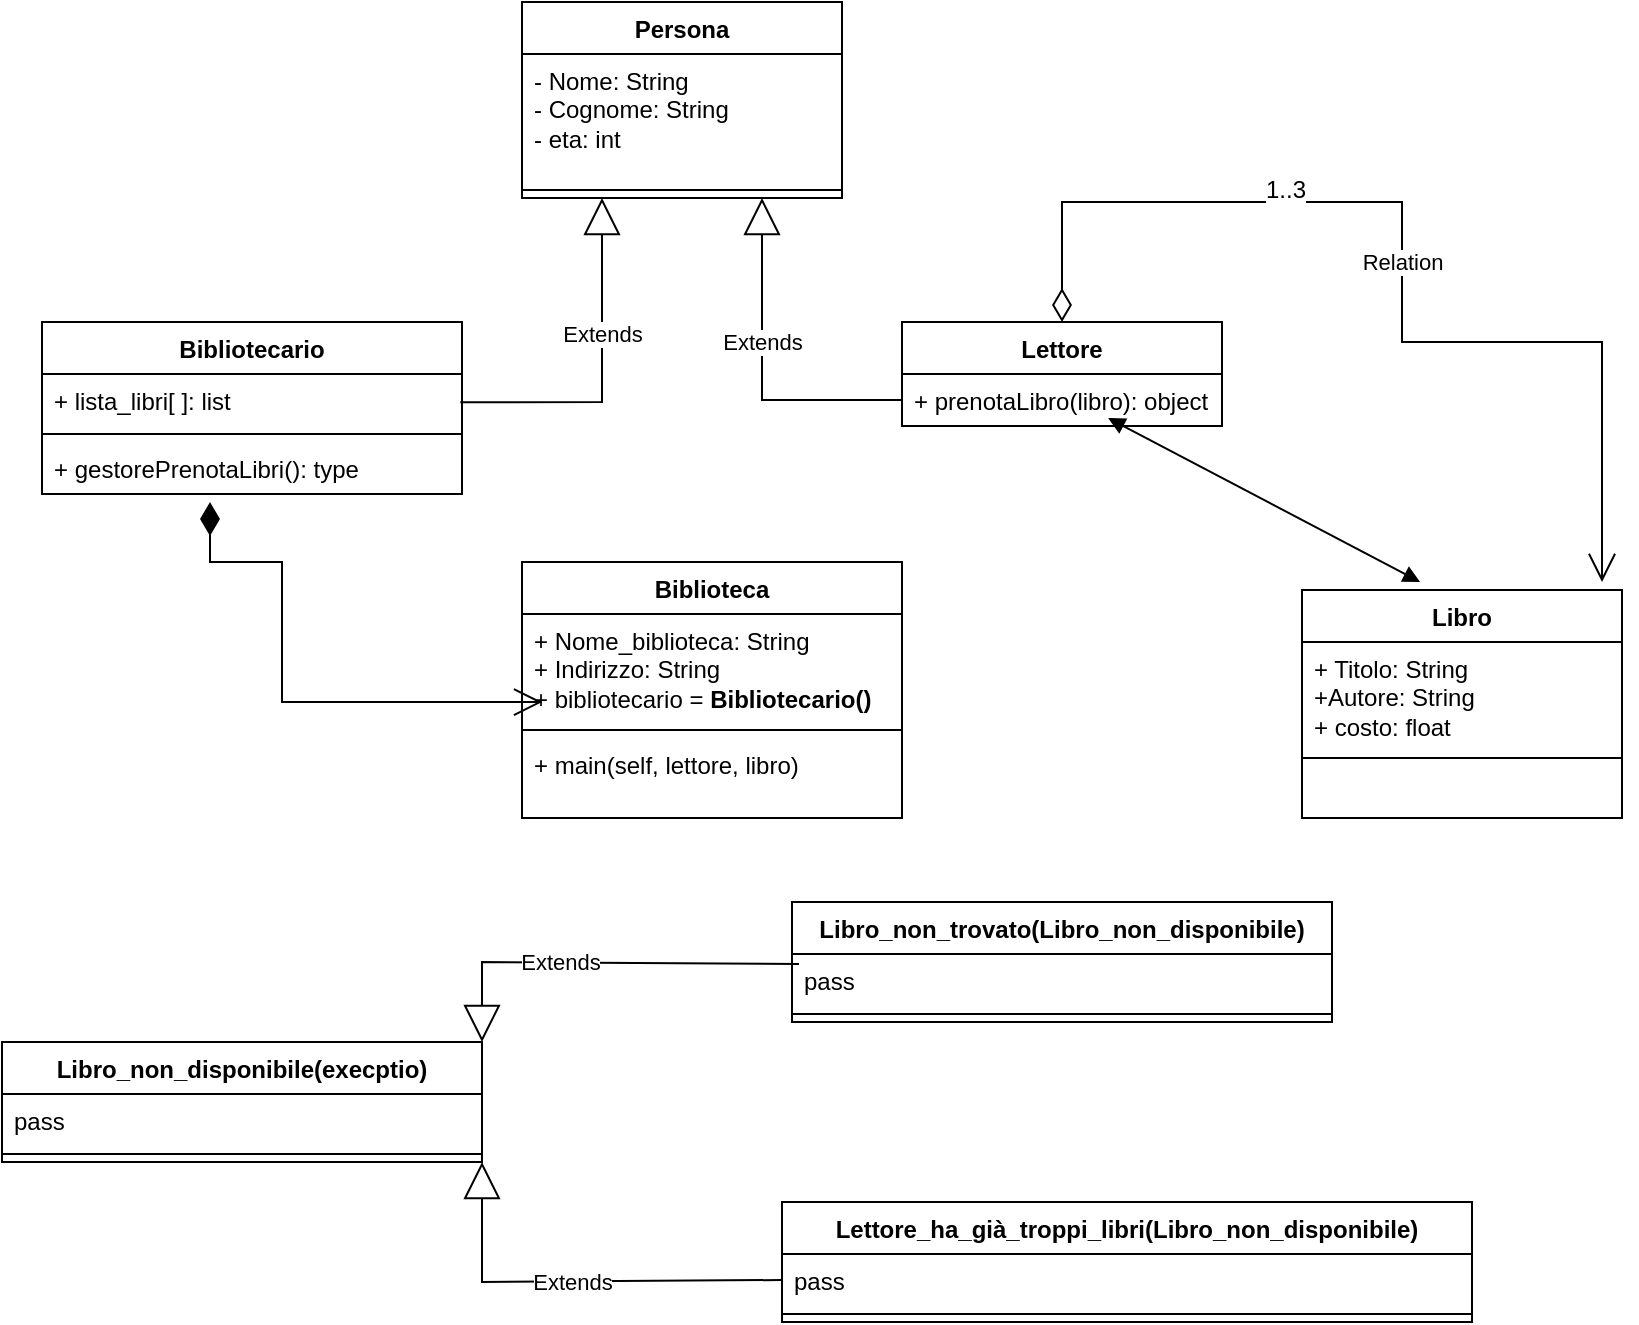
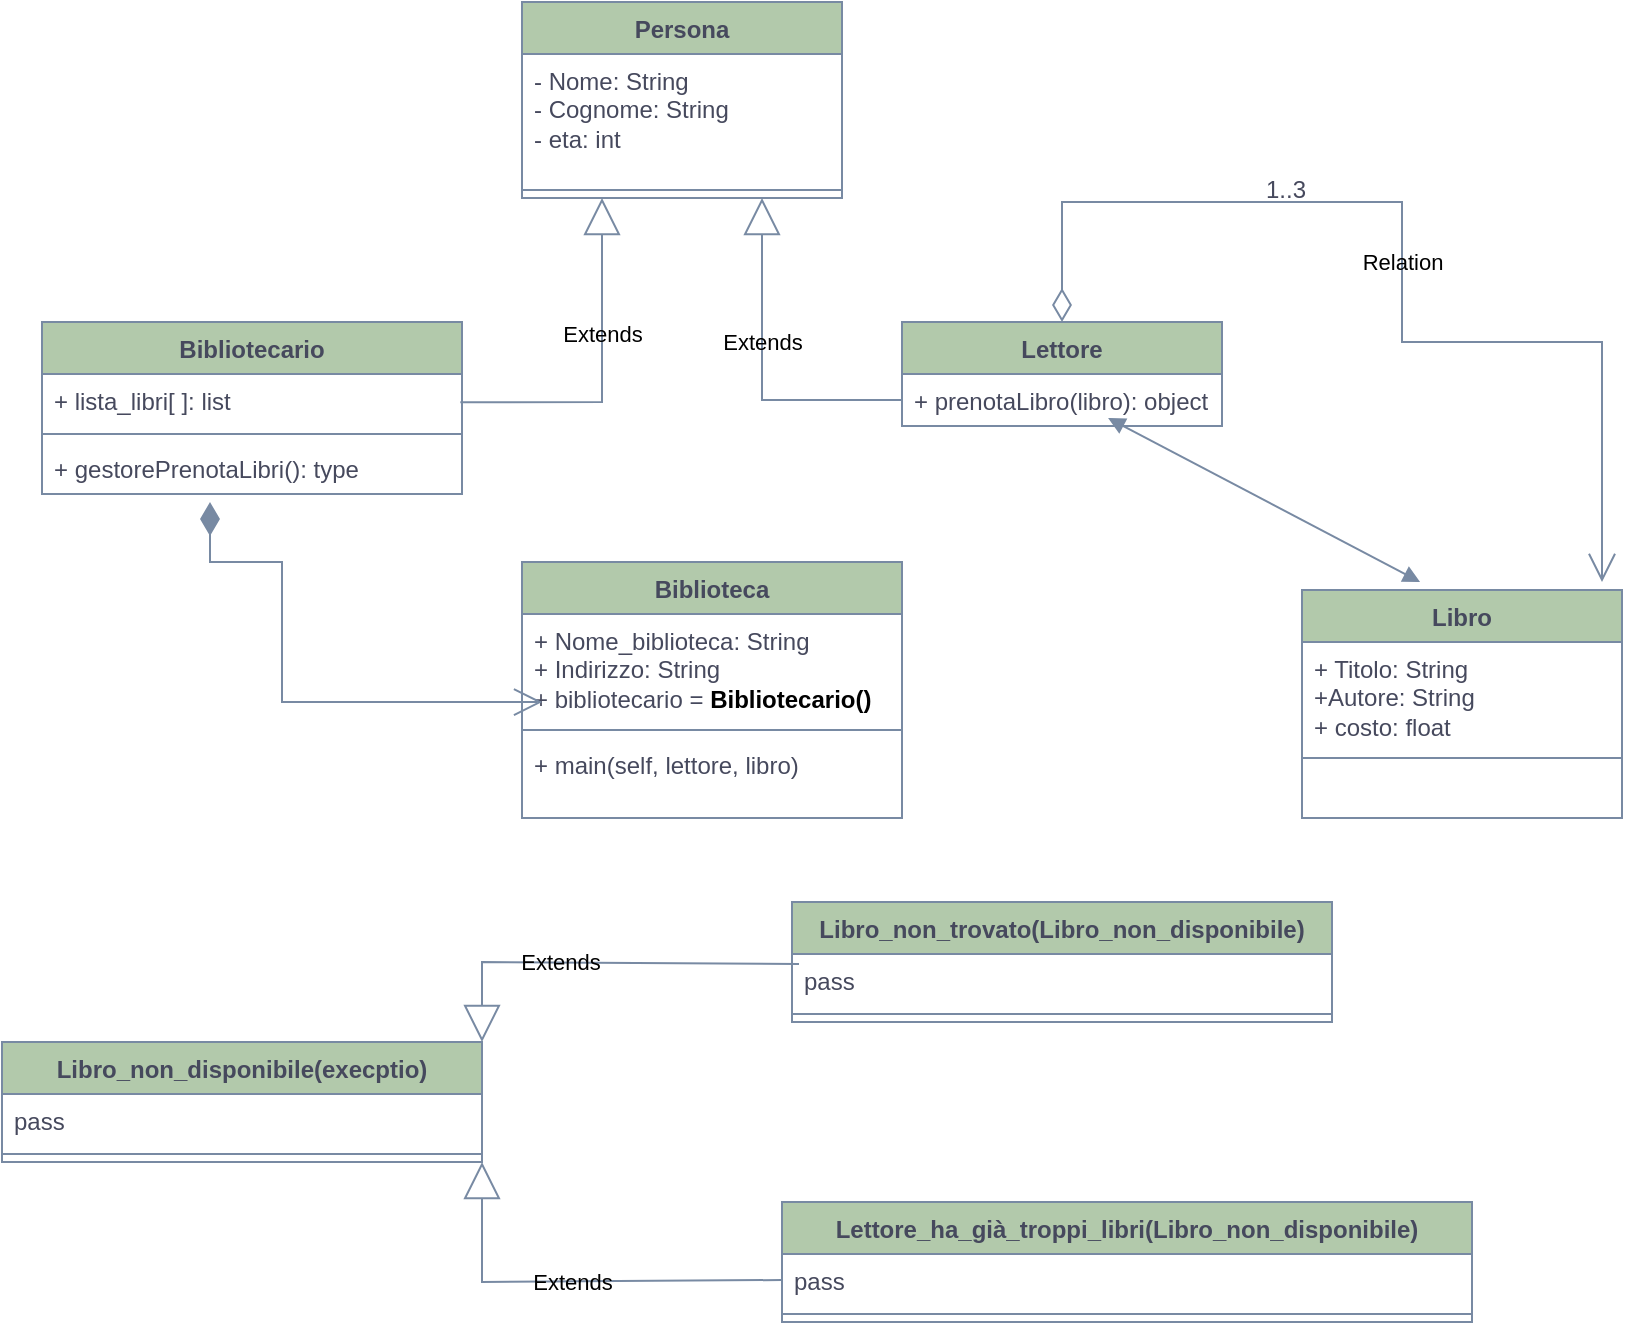
<mxfile host="app.diagrams.net">
  <diagram name="Pagina-1" id="hAdwaPwzfu6s6M7gf25p">
-     <mxGraphModel dx="1371" dy="683" grid="1" gridSize="10" guides="1" tooltips="1" connect="1" arrows="1" fold="1" page="1" pageScale="1" pageWidth="827" pageHeight="1169" math="0" shadow="0">
+     <mxGraphModel dx="1414" dy="785" grid="1" gridSize="10" guides="1" tooltips="1" connect="1" arrows="1" fold="1" page="1" pageScale="1" pageWidth="827" pageHeight="1169" math="0" shadow="0">
      <root>
        <mxCell id="0" />
        <mxCell id="1" parent="0" />
-         <mxCell id="D1v2BE1JyxmDSVU_kL1o-5" parent="1" style="swimlane;fontStyle=1;align=center;verticalAlign=top;childLayout=stackLayout;horizontal=1;startSize=26;horizontalStack=0;resizeParent=1;resizeParentMax=0;resizeLast=0;collapsible=1;marginBottom=0;whiteSpace=wrap;html=1;" value="Persona" vertex="1">
+         <mxCell id="D1v2BE1JyxmDSVU_kL1o-5" parent="1" style="swimlane;fontStyle=1;align=center;verticalAlign=top;childLayout=stackLayout;horizontal=1;startSize=26;horizontalStack=0;resizeParent=1;resizeParentMax=0;resizeLast=0;collapsible=1;marginBottom=0;whiteSpace=wrap;html=1;labelBackgroundColor=none;fillColor=#B2C9AB;strokeColor=#788AA3;fontColor=#46495D;" value="Persona" vertex="1">
          <mxGeometry height="98" width="160" x="320" y="80" as="geometry" />
        </mxCell>
-         <mxCell id="D1v2BE1JyxmDSVU_kL1o-6" parent="D1v2BE1JyxmDSVU_kL1o-5" style="text;strokeColor=none;fillColor=none;align=left;verticalAlign=top;spacingLeft=4;spacingRight=4;overflow=hidden;rotatable=0;points=[[0,0.5],[1,0.5]];portConstraint=eastwest;whiteSpace=wrap;html=1;" value="- Nome: String&lt;div&gt;- Cognome: String&lt;/div&gt;&lt;div&gt;- eta: int&lt;/div&gt;&lt;div&gt;&lt;br&gt;&lt;/div&gt;" vertex="1">
+         <mxCell id="D1v2BE1JyxmDSVU_kL1o-6" parent="D1v2BE1JyxmDSVU_kL1o-5" style="text;strokeColor=none;fillColor=none;align=left;verticalAlign=top;spacingLeft=4;spacingRight=4;overflow=hidden;rotatable=0;points=[[0,0.5],[1,0.5]];portConstraint=eastwest;whiteSpace=wrap;html=1;labelBackgroundColor=none;fontColor=#46495D;" value="- Nome: String&lt;div&gt;- Cognome: String&lt;/div&gt;&lt;div&gt;- eta: int&lt;/div&gt;&lt;div&gt;&lt;br&gt;&lt;/div&gt;" vertex="1">
          <mxGeometry height="64" width="160" y="26" as="geometry" />
        </mxCell>
-         <mxCell id="D1v2BE1JyxmDSVU_kL1o-7" parent="D1v2BE1JyxmDSVU_kL1o-5" style="line;strokeWidth=1;fillColor=none;align=left;verticalAlign=middle;spacingTop=-1;spacingLeft=3;spacingRight=3;rotatable=0;labelPosition=right;points=[];portConstraint=eastwest;strokeColor=inherit;" value="" vertex="1">
+         <mxCell id="D1v2BE1JyxmDSVU_kL1o-7" parent="D1v2BE1JyxmDSVU_kL1o-5" style="line;strokeWidth=1;fillColor=none;align=left;verticalAlign=middle;spacingTop=-1;spacingLeft=3;spacingRight=3;rotatable=0;labelPosition=right;points=[];portConstraint=eastwest;strokeColor=#788AA3;labelBackgroundColor=none;fontColor=#46495D;" value="" vertex="1">
          <mxGeometry height="8" width="160" y="90" as="geometry" />
        </mxCell>
-         <mxCell id="D1v2BE1JyxmDSVU_kL1o-9" parent="1" style="swimlane;fontStyle=1;align=center;verticalAlign=top;childLayout=stackLayout;horizontal=1;startSize=26;horizontalStack=0;resizeParent=1;resizeParentMax=0;resizeLast=0;collapsible=1;marginBottom=0;whiteSpace=wrap;html=1;" value="Lettore" vertex="1">
+         <mxCell id="D1v2BE1JyxmDSVU_kL1o-9" parent="1" style="swimlane;fontStyle=1;align=center;verticalAlign=top;childLayout=stackLayout;horizontal=1;startSize=26;horizontalStack=0;resizeParent=1;resizeParentMax=0;resizeLast=0;collapsible=1;marginBottom=0;whiteSpace=wrap;html=1;labelBackgroundColor=none;fillColor=#B2C9AB;strokeColor=#788AA3;fontColor=#46495D;" value="Lettore" vertex="1">
          <mxGeometry height="52" width="160" x="510" y="240" as="geometry" />
        </mxCell>
-         <mxCell id="D1v2BE1JyxmDSVU_kL1o-12" parent="D1v2BE1JyxmDSVU_kL1o-9" style="text;strokeColor=none;fillColor=none;align=left;verticalAlign=top;spacingLeft=4;spacingRight=4;overflow=hidden;rotatable=0;points=[[0,0.5],[1,0.5]];portConstraint=eastwest;whiteSpace=wrap;html=1;" value="+ prenotaLibro(libro): object" vertex="1">
+         <mxCell id="D1v2BE1JyxmDSVU_kL1o-12" parent="D1v2BE1JyxmDSVU_kL1o-9" style="text;strokeColor=none;fillColor=none;align=left;verticalAlign=top;spacingLeft=4;spacingRight=4;overflow=hidden;rotatable=0;points=[[0,0.5],[1,0.5]];portConstraint=eastwest;whiteSpace=wrap;html=1;labelBackgroundColor=none;fontColor=#46495D;" value="+ prenotaLibro(libro): object" vertex="1">
          <mxGeometry height="26" width="160" y="26" as="geometry" />
        </mxCell>
-         <mxCell id="D1v2BE1JyxmDSVU_kL1o-13" parent="1" style="swimlane;fontStyle=1;align=center;verticalAlign=top;childLayout=stackLayout;horizontal=1;startSize=26;horizontalStack=0;resizeParent=1;resizeParentMax=0;resizeLast=0;collapsible=1;marginBottom=0;whiteSpace=wrap;html=1;" value="Bibliotecario" vertex="1">
+         <mxCell id="D1v2BE1JyxmDSVU_kL1o-13" parent="1" style="swimlane;fontStyle=1;align=center;verticalAlign=top;childLayout=stackLayout;horizontal=1;startSize=26;horizontalStack=0;resizeParent=1;resizeParentMax=0;resizeLast=0;collapsible=1;marginBottom=0;whiteSpace=wrap;html=1;labelBackgroundColor=none;fillColor=#B2C9AB;strokeColor=#788AA3;fontColor=#46495D;" value="Bibliotecario" vertex="1">
          <mxGeometry height="86" width="210" x="80" y="240" as="geometry" />
        </mxCell>
-         <mxCell id="D1v2BE1JyxmDSVU_kL1o-14" parent="D1v2BE1JyxmDSVU_kL1o-13" style="text;strokeColor=none;fillColor=none;align=left;verticalAlign=top;spacingLeft=4;spacingRight=4;overflow=hidden;rotatable=0;points=[[0,0.5],[1,0.5]];portConstraint=eastwest;whiteSpace=wrap;html=1;" value="+ lista_libri[ ]: list&amp;nbsp;" vertex="1">
+         <mxCell id="D1v2BE1JyxmDSVU_kL1o-14" parent="D1v2BE1JyxmDSVU_kL1o-13" style="text;strokeColor=none;fillColor=none;align=left;verticalAlign=top;spacingLeft=4;spacingRight=4;overflow=hidden;rotatable=0;points=[[0,0.5],[1,0.5]];portConstraint=eastwest;whiteSpace=wrap;html=1;labelBackgroundColor=none;fontColor=#46495D;" value="+ lista_libri[ ]: list&amp;nbsp;" vertex="1">
          <mxGeometry height="26" width="210" y="26" as="geometry" />
        </mxCell>
-         <mxCell id="D1v2BE1JyxmDSVU_kL1o-15" parent="D1v2BE1JyxmDSVU_kL1o-13" style="line;strokeWidth=1;fillColor=none;align=left;verticalAlign=middle;spacingTop=-1;spacingLeft=3;spacingRight=3;rotatable=0;labelPosition=right;points=[];portConstraint=eastwest;strokeColor=inherit;" value="" vertex="1">
+         <mxCell id="D1v2BE1JyxmDSVU_kL1o-15" parent="D1v2BE1JyxmDSVU_kL1o-13" style="line;strokeWidth=1;fillColor=none;align=left;verticalAlign=middle;spacingTop=-1;spacingLeft=3;spacingRight=3;rotatable=0;labelPosition=right;points=[];portConstraint=eastwest;strokeColor=#788AA3;labelBackgroundColor=none;fontColor=#46495D;" value="" vertex="1">
          <mxGeometry height="8" width="210" y="52" as="geometry" />
        </mxCell>
-         <mxCell id="D1v2BE1JyxmDSVU_kL1o-16" parent="D1v2BE1JyxmDSVU_kL1o-13" style="text;strokeColor=none;fillColor=none;align=left;verticalAlign=top;spacingLeft=4;spacingRight=4;overflow=hidden;rotatable=0;points=[[0,0.5],[1,0.5]];portConstraint=eastwest;whiteSpace=wrap;html=1;" value="+ gestorePrenotaLibri(): type" vertex="1">
+         <mxCell id="D1v2BE1JyxmDSVU_kL1o-16" parent="D1v2BE1JyxmDSVU_kL1o-13" style="text;strokeColor=none;fillColor=none;align=left;verticalAlign=top;spacingLeft=4;spacingRight=4;overflow=hidden;rotatable=0;points=[[0,0.5],[1,0.5]];portConstraint=eastwest;whiteSpace=wrap;html=1;labelBackgroundColor=none;fontColor=#46495D;" value="+ gestorePrenotaLibri(): type" vertex="1">
          <mxGeometry height="26" width="210" y="60" as="geometry" />
        </mxCell>
-         <mxCell id="D1v2BE1JyxmDSVU_kL1o-17" edge="1" parent="1" source="D1v2BE1JyxmDSVU_kL1o-14" style="endArrow=block;endSize=16;endFill=0;html=1;rounded=0;entryX=0.25;entryY=1;entryDx=0;entryDy=0;exitX=0.996;exitY=0.543;exitDx=0;exitDy=0;exitPerimeter=0;" target="D1v2BE1JyxmDSVU_kL1o-5" value="Extends">
+         <mxCell id="D1v2BE1JyxmDSVU_kL1o-17" edge="1" parent="1" source="D1v2BE1JyxmDSVU_kL1o-14" style="endArrow=block;endSize=16;endFill=0;html=1;rounded=0;entryX=0.25;entryY=1;entryDx=0;entryDy=0;exitX=0.996;exitY=0.543;exitDx=0;exitDy=0;exitPerimeter=0;labelBackgroundColor=none;strokeColor=#788AA3;fontColor=default;" target="D1v2BE1JyxmDSVU_kL1o-5" value="Extends">
          <mxGeometry relative="1" width="160" x="0.2088" as="geometry">
            <mxPoint as="offset" />
            <Array as="points">
              <mxPoint x="360" y="280" />
            </Array>
            <mxPoint x="320" y="300" as="sourcePoint" />
            <mxPoint x="480" y="300" as="targetPoint" />
          </mxGeometry>
        </mxCell>
-         <mxCell id="D1v2BE1JyxmDSVU_kL1o-18" edge="1" parent="1" style="endArrow=block;endSize=16;endFill=0;html=1;rounded=0;entryX=0.75;entryY=1;entryDx=0;entryDy=0;exitX=0;exitY=0.5;exitDx=0;exitDy=0;" target="D1v2BE1JyxmDSVU_kL1o-5" value="Extends">
+         <mxCell id="D1v2BE1JyxmDSVU_kL1o-18" edge="1" parent="1" style="endArrow=block;endSize=16;endFill=0;html=1;rounded=0;entryX=0.75;entryY=1;entryDx=0;entryDy=0;exitX=0;exitY=0.5;exitDx=0;exitDy=0;labelBackgroundColor=none;strokeColor=#788AA3;fontColor=default;" target="D1v2BE1JyxmDSVU_kL1o-5" value="Extends">
          <mxGeometry relative="1" width="160" x="0.1579" as="geometry">
            <mxPoint as="offset" />
            <Array as="points">
              <mxPoint x="440" y="279" />
            </Array>
            <mxPoint x="510" y="278.9999999999999" as="sourcePoint" />
            <mxPoint x="430" y="178" as="targetPoint" />
          </mxGeometry>
        </mxCell>
-         <mxCell id="D1v2BE1JyxmDSVU_kL1o-19" parent="1" style="swimlane;fontStyle=1;align=center;verticalAlign=top;childLayout=stackLayout;horizontal=1;startSize=26;horizontalStack=0;resizeParent=1;resizeParentMax=0;resizeLast=0;collapsible=1;marginBottom=0;whiteSpace=wrap;html=1;" value="Biblioteca" vertex="1">
+         <mxCell id="D1v2BE1JyxmDSVU_kL1o-19" parent="1" style="swimlane;fontStyle=1;align=center;verticalAlign=top;childLayout=stackLayout;horizontal=1;startSize=26;horizontalStack=0;resizeParent=1;resizeParentMax=0;resizeLast=0;collapsible=1;marginBottom=0;whiteSpace=wrap;html=1;labelBackgroundColor=none;fillColor=#B2C9AB;strokeColor=#788AA3;fontColor=#46495D;" value="Biblioteca" vertex="1">
          <mxGeometry height="128" width="190" x="320" y="360" as="geometry" />
        </mxCell>
-         <mxCell id="D1v2BE1JyxmDSVU_kL1o-20" parent="D1v2BE1JyxmDSVU_kL1o-19" style="text;strokeColor=none;fillColor=none;align=left;verticalAlign=top;spacingLeft=4;spacingRight=4;overflow=hidden;rotatable=0;points=[[0,0.5],[1,0.5]];portConstraint=eastwest;whiteSpace=wrap;html=1;" value="+ Nome_biblioteca: String&lt;div&gt;+ Indirizzo: String&lt;/div&gt;&lt;div&gt;+ bibliotecario =&amp;nbsp;&lt;span style=&quot;font-weight: 700; text-align: center; background-color: transparent; color: light-dark(rgb(0, 0, 0), rgb(255, 255, 255));&quot;&gt;Bibliotecario()&lt;/span&gt;&lt;/div&gt;" vertex="1">
+         <mxCell id="D1v2BE1JyxmDSVU_kL1o-20" parent="D1v2BE1JyxmDSVU_kL1o-19" style="text;strokeColor=none;fillColor=none;align=left;verticalAlign=top;spacingLeft=4;spacingRight=4;overflow=hidden;rotatable=0;points=[[0,0.5],[1,0.5]];portConstraint=eastwest;whiteSpace=wrap;html=1;labelBackgroundColor=none;fontColor=#46495D;" value="+ Nome_biblioteca: String&lt;div&gt;+ Indirizzo: String&lt;/div&gt;&lt;div&gt;+ bibliotecario =&amp;nbsp;&lt;span style=&quot;font-weight: 700; text-align: center; background-color: transparent; color: light-dark(rgb(0, 0, 0), rgb(255, 255, 255));&quot;&gt;Bibliotecario()&lt;/span&gt;&lt;/div&gt;" vertex="1">
          <mxGeometry height="54" width="190" y="26" as="geometry" />
        </mxCell>
-         <mxCell id="D1v2BE1JyxmDSVU_kL1o-21" parent="D1v2BE1JyxmDSVU_kL1o-19" style="line;strokeWidth=1;fillColor=none;align=left;verticalAlign=middle;spacingTop=-1;spacingLeft=3;spacingRight=3;rotatable=0;labelPosition=right;points=[];portConstraint=eastwest;strokeColor=inherit;" value="" vertex="1">
+         <mxCell id="D1v2BE1JyxmDSVU_kL1o-21" parent="D1v2BE1JyxmDSVU_kL1o-19" style="line;strokeWidth=1;fillColor=none;align=left;verticalAlign=middle;spacingTop=-1;spacingLeft=3;spacingRight=3;rotatable=0;labelPosition=right;points=[];portConstraint=eastwest;strokeColor=#788AA3;labelBackgroundColor=none;fontColor=#46495D;" value="" vertex="1">
          <mxGeometry height="8" width="190" y="80" as="geometry" />
        </mxCell>
-         <mxCell id="D1v2BE1JyxmDSVU_kL1o-22" parent="D1v2BE1JyxmDSVU_kL1o-19" style="text;strokeColor=none;fillColor=none;align=left;verticalAlign=top;spacingLeft=4;spacingRight=4;overflow=hidden;rotatable=0;points=[[0,0.5],[1,0.5]];portConstraint=eastwest;whiteSpace=wrap;html=1;" value="+ main(self, lettore, libro)" vertex="1">
+         <mxCell id="D1v2BE1JyxmDSVU_kL1o-22" parent="D1v2BE1JyxmDSVU_kL1o-19" style="text;strokeColor=none;fillColor=none;align=left;verticalAlign=top;spacingLeft=4;spacingRight=4;overflow=hidden;rotatable=0;points=[[0,0.5],[1,0.5]];portConstraint=eastwest;whiteSpace=wrap;html=1;labelBackgroundColor=none;fontColor=#46495D;" value="+ main(self, lettore, libro)" vertex="1">
          <mxGeometry height="40" width="190" y="88" as="geometry" />
        </mxCell>
-         <mxCell id="D1v2BE1JyxmDSVU_kL1o-23" edge="1" parent="1" source="D1v2BE1JyxmDSVU_kL1o-16" style="endArrow=open;html=1;endSize=12;startArrow=diamondThin;startSize=14;startFill=1;edgeStyle=orthogonalEdgeStyle;align=left;verticalAlign=bottom;rounded=0;exitX=0.4;exitY=1.154;exitDx=0;exitDy=0;exitPerimeter=0;entryX=0.053;entryY=0.815;entryDx=0;entryDy=0;entryPerimeter=0;" target="D1v2BE1JyxmDSVU_kL1o-20" value="">
+         <mxCell id="D1v2BE1JyxmDSVU_kL1o-23" edge="1" parent="1" source="D1v2BE1JyxmDSVU_kL1o-16" style="endArrow=open;html=1;endSize=12;startArrow=diamondThin;startSize=14;startFill=1;edgeStyle=orthogonalEdgeStyle;align=left;verticalAlign=bottom;rounded=0;exitX=0.4;exitY=1.154;exitDx=0;exitDy=0;exitPerimeter=0;entryX=0.053;entryY=0.815;entryDx=0;entryDy=0;entryPerimeter=0;labelBackgroundColor=none;strokeColor=#788AA3;fontColor=default;" target="D1v2BE1JyxmDSVU_kL1o-20" value="">
          <mxGeometry relative="1" x="-0.9891" y="23" as="geometry">
            <mxPoint as="offset" />
            <Array as="points">
              <mxPoint x="164" y="360" />
              <mxPoint x="200" y="360" />
              <mxPoint x="200" y="430" />
            </Array>
            <mxPoint x="108.59999999999994" y="383.21199999999993" as="sourcePoint" />
            <mxPoint x="261.4099999999999" y="487.9940000000001" as="targetPoint" />
          </mxGeometry>
        </mxCell>
-         <mxCell id="D1v2BE1JyxmDSVU_kL1o-27" parent="1" style="swimlane;fontStyle=1;align=center;verticalAlign=top;childLayout=stackLayout;horizontal=1;startSize=26;horizontalStack=0;resizeParent=1;resizeParentMax=0;resizeLast=0;collapsible=1;marginBottom=0;whiteSpace=wrap;html=1;" value="Libro" vertex="1">
+         <mxCell id="D1v2BE1JyxmDSVU_kL1o-27" parent="1" style="swimlane;fontStyle=1;align=center;verticalAlign=top;childLayout=stackLayout;horizontal=1;startSize=26;horizontalStack=0;resizeParent=1;resizeParentMax=0;resizeLast=0;collapsible=1;marginBottom=0;whiteSpace=wrap;html=1;labelBackgroundColor=none;fillColor=#B2C9AB;strokeColor=#788AA3;fontColor=#46495D;" value="Libro" vertex="1">
          <mxGeometry height="114" width="160" x="710" y="374" as="geometry" />
        </mxCell>
-         <mxCell id="D1v2BE1JyxmDSVU_kL1o-28" parent="D1v2BE1JyxmDSVU_kL1o-27" style="text;strokeColor=none;fillColor=none;align=left;verticalAlign=top;spacingLeft=4;spacingRight=4;overflow=hidden;rotatable=0;points=[[0,0.5],[1,0.5]];portConstraint=eastwest;whiteSpace=wrap;html=1;" value="+ Titolo: String&lt;div&gt;+Autore: String&lt;/div&gt;&lt;div&gt;+ costo: float&lt;/div&gt;" vertex="1">
+         <mxCell id="D1v2BE1JyxmDSVU_kL1o-28" parent="D1v2BE1JyxmDSVU_kL1o-27" style="text;strokeColor=none;fillColor=none;align=left;verticalAlign=top;spacingLeft=4;spacingRight=4;overflow=hidden;rotatable=0;points=[[0,0.5],[1,0.5]];portConstraint=eastwest;whiteSpace=wrap;html=1;labelBackgroundColor=none;fontColor=#46495D;" value="+ Titolo: String&lt;div&gt;+Autore: String&lt;/div&gt;&lt;div&gt;+ costo: float&lt;/div&gt;" vertex="1">
          <mxGeometry height="54" width="160" y="26" as="geometry" />
        </mxCell>
-         <mxCell id="D1v2BE1JyxmDSVU_kL1o-29" parent="D1v2BE1JyxmDSVU_kL1o-27" style="line;strokeWidth=1;fillColor=none;align=left;verticalAlign=middle;spacingTop=-1;spacingLeft=3;spacingRight=3;rotatable=0;labelPosition=right;points=[];portConstraint=eastwest;strokeColor=inherit;" value="" vertex="1">
+         <mxCell id="D1v2BE1JyxmDSVU_kL1o-29" parent="D1v2BE1JyxmDSVU_kL1o-27" style="line;strokeWidth=1;fillColor=none;align=left;verticalAlign=middle;spacingTop=-1;spacingLeft=3;spacingRight=3;rotatable=0;labelPosition=right;points=[];portConstraint=eastwest;strokeColor=#788AA3;labelBackgroundColor=none;fontColor=#46495D;" value="" vertex="1">
          <mxGeometry height="8" width="160" y="80" as="geometry" />
        </mxCell>
-         <mxCell id="D1v2BE1JyxmDSVU_kL1o-30" parent="D1v2BE1JyxmDSVU_kL1o-27" style="text;strokeColor=none;fillColor=none;align=left;verticalAlign=top;spacingLeft=4;spacingRight=4;overflow=hidden;rotatable=0;points=[[0,0.5],[1,0.5]];portConstraint=eastwest;whiteSpace=wrap;html=1;" value="&lt;div&gt;&lt;br&gt;&lt;/div&gt;" vertex="1">
+         <mxCell id="D1v2BE1JyxmDSVU_kL1o-30" parent="D1v2BE1JyxmDSVU_kL1o-27" style="text;strokeColor=none;fillColor=none;align=left;verticalAlign=top;spacingLeft=4;spacingRight=4;overflow=hidden;rotatable=0;points=[[0,0.5],[1,0.5]];portConstraint=eastwest;whiteSpace=wrap;html=1;labelBackgroundColor=none;fontColor=#46495D;" value="&lt;div&gt;&lt;br&gt;&lt;/div&gt;" vertex="1">
          <mxGeometry height="26" width="160" y="88" as="geometry" />
        </mxCell>
-         <mxCell id="D1v2BE1JyxmDSVU_kL1o-34" edge="1" parent="1" source="D1v2BE1JyxmDSVU_kL1o-27" style="endArrow=block;startArrow=block;endFill=1;startFill=1;html=1;rounded=0;exitX=0.369;exitY=-0.035;exitDx=0;exitDy=0;exitPerimeter=0;entryX=0.644;entryY=0.846;entryDx=0;entryDy=0;entryPerimeter=0;" target="D1v2BE1JyxmDSVU_kL1o-12" value="">
+         <mxCell id="D1v2BE1JyxmDSVU_kL1o-34" edge="1" parent="1" source="D1v2BE1JyxmDSVU_kL1o-27" style="endArrow=block;startArrow=block;endFill=1;startFill=1;html=1;rounded=0;exitX=0.369;exitY=-0.035;exitDx=0;exitDy=0;exitPerimeter=0;entryX=0.644;entryY=0.846;entryDx=0;entryDy=0;entryPerimeter=0;labelBackgroundColor=none;strokeColor=#788AA3;fontColor=default;" target="D1v2BE1JyxmDSVU_kL1o-12" value="">
          <mxGeometry relative="1" width="160" as="geometry">
            <mxPoint x="590" y="370" as="sourcePoint" />
            <mxPoint x="750" y="370" as="targetPoint" />
          </mxGeometry>
        </mxCell>
-         <mxCell id="D1v2BE1JyxmDSVU_kL1o-38" edge="1" parent="1" source="D1v2BE1JyxmDSVU_kL1o-9" style="endArrow=open;html=1;endSize=12;startArrow=diamondThin;startSize=14;startFill=0;edgeStyle=orthogonalEdgeStyle;rounded=0;exitX=0.5;exitY=0;exitDx=0;exitDy=0;" value="Relation">
+         <mxCell id="D1v2BE1JyxmDSVU_kL1o-38" edge="1" parent="1" source="D1v2BE1JyxmDSVU_kL1o-9" style="endArrow=open;html=1;endSize=12;startArrow=diamondThin;startSize=14;startFill=0;edgeStyle=orthogonalEdgeStyle;rounded=0;exitX=0.5;exitY=0;exitDx=0;exitDy=0;labelBackgroundColor=none;strokeColor=#788AA3;fontColor=default;" value="Relation">
          <mxGeometry relative="1" as="geometry">
            <Array as="points">
              <mxPoint x="590" y="180" />
              <mxPoint x="760" y="180" />
              <mxPoint x="760" y="250" />
              <mxPoint x="860" y="250" />
            </Array>
            <mxPoint x="620" y="178" as="sourcePoint" />
            <mxPoint x="860" y="370" as="targetPoint" />
          </mxGeometry>
        </mxCell>
-         <mxCell id="D1v2BE1JyxmDSVU_kL1o-39" connectable="0" parent="D1v2BE1JyxmDSVU_kL1o-38" style="edgeLabel;resizable=0;html=1;align=left;verticalAlign=top;" value="&lt;font style=&quot;font-size: 12px;&quot;&gt;1..3&lt;/font&gt;" vertex="1">
+         <mxCell id="D1v2BE1JyxmDSVU_kL1o-39" connectable="0" parent="D1v2BE1JyxmDSVU_kL1o-38" style="edgeLabel;resizable=0;html=1;align=left;verticalAlign=top;labelBackgroundColor=none;fontColor=#46495D;" value="&lt;font style=&quot;font-size: 12px;&quot;&gt;1..3&lt;/font&gt;" vertex="1">
          <mxGeometry relative="1" x="-1" as="geometry">
            <mxPoint x="100" y="-80" as="offset" />
          </mxGeometry>
        </mxCell>
-         <mxCell id="D1v2BE1JyxmDSVU_kL1o-42" parent="1" style="swimlane;fontStyle=1;align=center;verticalAlign=top;childLayout=stackLayout;horizontal=1;startSize=26;horizontalStack=0;resizeParent=1;resizeParentMax=0;resizeLast=0;collapsible=1;marginBottom=0;whiteSpace=wrap;html=1;" value="Libro_non_disponibile(execptio)" vertex="1">
+         <mxCell id="D1v2BE1JyxmDSVU_kL1o-42" parent="1" style="swimlane;fontStyle=1;align=center;verticalAlign=top;childLayout=stackLayout;horizontal=1;startSize=26;horizontalStack=0;resizeParent=1;resizeParentMax=0;resizeLast=0;collapsible=1;marginBottom=0;whiteSpace=wrap;html=1;labelBackgroundColor=none;fillColor=#B2C9AB;strokeColor=#788AA3;fontColor=#46495D;" value="Libro_non_disponibile(execptio)" vertex="1">
          <mxGeometry height="60" width="240" x="60" y="600" as="geometry" />
        </mxCell>
-         <mxCell id="D1v2BE1JyxmDSVU_kL1o-43" parent="D1v2BE1JyxmDSVU_kL1o-42" style="text;strokeColor=none;fillColor=none;align=left;verticalAlign=top;spacingLeft=4;spacingRight=4;overflow=hidden;rotatable=0;points=[[0,0.5],[1,0.5]];portConstraint=eastwest;whiteSpace=wrap;html=1;" value="pass" vertex="1">
+         <mxCell id="D1v2BE1JyxmDSVU_kL1o-43" parent="D1v2BE1JyxmDSVU_kL1o-42" style="text;strokeColor=none;fillColor=none;align=left;verticalAlign=top;spacingLeft=4;spacingRight=4;overflow=hidden;rotatable=0;points=[[0,0.5],[1,0.5]];portConstraint=eastwest;whiteSpace=wrap;html=1;labelBackgroundColor=none;fontColor=#46495D;" value="pass" vertex="1">
          <mxGeometry height="26" width="240" y="26" as="geometry" />
        </mxCell>
-         <mxCell id="D1v2BE1JyxmDSVU_kL1o-44" parent="D1v2BE1JyxmDSVU_kL1o-42" style="line;strokeWidth=1;fillColor=none;align=left;verticalAlign=middle;spacingTop=-1;spacingLeft=3;spacingRight=3;rotatable=0;labelPosition=right;points=[];portConstraint=eastwest;strokeColor=inherit;" value="" vertex="1">
+         <mxCell id="D1v2BE1JyxmDSVU_kL1o-44" parent="D1v2BE1JyxmDSVU_kL1o-42" style="line;strokeWidth=1;fillColor=none;align=left;verticalAlign=middle;spacingTop=-1;spacingLeft=3;spacingRight=3;rotatable=0;labelPosition=right;points=[];portConstraint=eastwest;strokeColor=#788AA3;labelBackgroundColor=none;fontColor=#46495D;" value="" vertex="1">
          <mxGeometry height="8" width="240" y="52" as="geometry" />
        </mxCell>
-         <mxCell id="D1v2BE1JyxmDSVU_kL1o-54" edge="1" parent="1" source="D1v2BE1JyxmDSVU_kL1o-57" style="endArrow=block;endSize=16;endFill=0;html=1;rounded=0;entryX=1;entryY=0;entryDx=0;entryDy=0;exitX=0.013;exitY=0.192;exitDx=0;exitDy=0;exitPerimeter=0;" target="D1v2BE1JyxmDSVU_kL1o-42" value="Extends">
+         <mxCell id="D1v2BE1JyxmDSVU_kL1o-54" edge="1" parent="1" source="D1v2BE1JyxmDSVU_kL1o-57" style="endArrow=block;endSize=16;endFill=0;html=1;rounded=0;entryX=1;entryY=0;entryDx=0;entryDy=0;exitX=0.013;exitY=0.192;exitDx=0;exitDy=0;exitPerimeter=0;labelBackgroundColor=none;strokeColor=#788AA3;fontColor=default;" target="D1v2BE1JyxmDSVU_kL1o-42" value="Extends">
          <mxGeometry relative="1" width="160" x="0.2088" as="geometry">
            <mxPoint as="offset" />
            <Array as="points">
              <mxPoint x="300" y="560" />
            </Array>
            <mxPoint x="390" y="559.5" as="sourcePoint" />
            <mxPoint x="451" y="570" as="targetPoint" />
          </mxGeometry>
        </mxCell>
-         <mxCell id="D1v2BE1JyxmDSVU_kL1o-56" parent="1" style="swimlane;fontStyle=1;align=center;verticalAlign=top;childLayout=stackLayout;horizontal=1;startSize=26;horizontalStack=0;resizeParent=1;resizeParentMax=0;resizeLast=0;collapsible=1;marginBottom=0;whiteSpace=wrap;html=1;" value="Libro_non_trovato(Libro_non_disponibile)" vertex="1">
+         <mxCell id="D1v2BE1JyxmDSVU_kL1o-56" parent="1" style="swimlane;fontStyle=1;align=center;verticalAlign=top;childLayout=stackLayout;horizontal=1;startSize=26;horizontalStack=0;resizeParent=1;resizeParentMax=0;resizeLast=0;collapsible=1;marginBottom=0;whiteSpace=wrap;html=1;labelBackgroundColor=none;fillColor=#B2C9AB;strokeColor=#788AA3;fontColor=#46495D;" value="Libro_non_trovato(Libro_non_disponibile)" vertex="1">
          <mxGeometry height="60" width="270" x="455" y="530" as="geometry" />
        </mxCell>
-         <mxCell id="D1v2BE1JyxmDSVU_kL1o-57" parent="D1v2BE1JyxmDSVU_kL1o-56" style="text;strokeColor=none;fillColor=none;align=left;verticalAlign=top;spacingLeft=4;spacingRight=4;overflow=hidden;rotatable=0;points=[[0,0.5],[1,0.5]];portConstraint=eastwest;whiteSpace=wrap;html=1;" value="pass" vertex="1">
+         <mxCell id="D1v2BE1JyxmDSVU_kL1o-57" parent="D1v2BE1JyxmDSVU_kL1o-56" style="text;strokeColor=none;fillColor=none;align=left;verticalAlign=top;spacingLeft=4;spacingRight=4;overflow=hidden;rotatable=0;points=[[0,0.5],[1,0.5]];portConstraint=eastwest;whiteSpace=wrap;html=1;labelBackgroundColor=none;fontColor=#46495D;" value="pass" vertex="1">
          <mxGeometry height="26" width="270" y="26" as="geometry" />
        </mxCell>
-         <mxCell id="D1v2BE1JyxmDSVU_kL1o-58" parent="D1v2BE1JyxmDSVU_kL1o-56" style="line;strokeWidth=1;fillColor=none;align=left;verticalAlign=middle;spacingTop=-1;spacingLeft=3;spacingRight=3;rotatable=0;labelPosition=right;points=[];portConstraint=eastwest;strokeColor=inherit;" value="" vertex="1">
+         <mxCell id="D1v2BE1JyxmDSVU_kL1o-58" parent="D1v2BE1JyxmDSVU_kL1o-56" style="line;strokeWidth=1;fillColor=none;align=left;verticalAlign=middle;spacingTop=-1;spacingLeft=3;spacingRight=3;rotatable=0;labelPosition=right;points=[];portConstraint=eastwest;strokeColor=#788AA3;labelBackgroundColor=none;fontColor=#46495D;" value="" vertex="1">
          <mxGeometry height="8" width="270" y="52" as="geometry" />
        </mxCell>
-         <mxCell id="D1v2BE1JyxmDSVU_kL1o-60" parent="1" style="swimlane;fontStyle=1;align=center;verticalAlign=top;childLayout=stackLayout;horizontal=1;startSize=26;horizontalStack=0;resizeParent=1;resizeParentMax=0;resizeLast=0;collapsible=1;marginBottom=0;whiteSpace=wrap;html=1;" value="Lettore_ha_già_troppi_libri(Libro_non_disponibile)" vertex="1">
+         <mxCell id="D1v2BE1JyxmDSVU_kL1o-60" parent="1" style="swimlane;fontStyle=1;align=center;verticalAlign=top;childLayout=stackLayout;horizontal=1;startSize=26;horizontalStack=0;resizeParent=1;resizeParentMax=0;resizeLast=0;collapsible=1;marginBottom=0;whiteSpace=wrap;html=1;labelBackgroundColor=none;fillColor=#B2C9AB;strokeColor=#788AA3;fontColor=#46495D;" value="Lettore_ha_già_troppi_libri(Libro_non_disponibile)" vertex="1">
          <mxGeometry height="60" width="345" x="450" y="680" as="geometry" />
        </mxCell>
-         <mxCell id="D1v2BE1JyxmDSVU_kL1o-61" parent="D1v2BE1JyxmDSVU_kL1o-60" style="text;strokeColor=none;fillColor=none;align=left;verticalAlign=top;spacingLeft=4;spacingRight=4;overflow=hidden;rotatable=0;points=[[0,0.5],[1,0.5]];portConstraint=eastwest;whiteSpace=wrap;html=1;" value="pass" vertex="1">
+         <mxCell id="D1v2BE1JyxmDSVU_kL1o-61" parent="D1v2BE1JyxmDSVU_kL1o-60" style="text;strokeColor=none;fillColor=none;align=left;verticalAlign=top;spacingLeft=4;spacingRight=4;overflow=hidden;rotatable=0;points=[[0,0.5],[1,0.5]];portConstraint=eastwest;whiteSpace=wrap;html=1;labelBackgroundColor=none;fontColor=#46495D;" value="pass" vertex="1">
          <mxGeometry height="26" width="345" y="26" as="geometry" />
        </mxCell>
-         <mxCell id="D1v2BE1JyxmDSVU_kL1o-65" parent="D1v2BE1JyxmDSVU_kL1o-60" style="line;strokeWidth=1;fillColor=none;align=left;verticalAlign=middle;spacingTop=-1;spacingLeft=3;spacingRight=3;rotatable=0;labelPosition=right;points=[];portConstraint=eastwest;strokeColor=inherit;" value="" vertex="1">
+         <mxCell id="D1v2BE1JyxmDSVU_kL1o-65" parent="D1v2BE1JyxmDSVU_kL1o-60" style="line;strokeWidth=1;fillColor=none;align=left;verticalAlign=middle;spacingTop=-1;spacingLeft=3;spacingRight=3;rotatable=0;labelPosition=right;points=[];portConstraint=eastwest;strokeColor=#788AA3;labelBackgroundColor=none;fontColor=#46495D;" value="" vertex="1">
          <mxGeometry height="8" width="345" y="52" as="geometry" />
        </mxCell>
-         <mxCell id="D1v2BE1JyxmDSVU_kL1o-66" edge="1" parent="1" source="D1v2BE1JyxmDSVU_kL1o-61" style="endArrow=block;endSize=16;endFill=0;html=1;rounded=0;exitX=0;exitY=0.5;exitDx=0;exitDy=0;entryX=1;entryY=1;entryDx=0;entryDy=0;" target="D1v2BE1JyxmDSVU_kL1o-42" value="Extends">
+         <mxCell id="D1v2BE1JyxmDSVU_kL1o-66" edge="1" parent="1" source="D1v2BE1JyxmDSVU_kL1o-61" style="endArrow=block;endSize=16;endFill=0;html=1;rounded=0;exitX=0;exitY=0.5;exitDx=0;exitDy=0;entryX=1;entryY=1;entryDx=0;entryDy=0;labelBackgroundColor=none;strokeColor=#788AA3;fontColor=default;" target="D1v2BE1JyxmDSVU_kL1o-42" value="Extends">
          <mxGeometry relative="1" width="160" as="geometry">
            <Array as="points">
              <mxPoint x="300" y="720" />
            </Array>
            <mxPoint x="210" y="770" as="sourcePoint" />
            <mxPoint x="370" y="770" as="targetPoint" />
          </mxGeometry>
        </mxCell>
      </root>
    </mxGraphModel>
  </diagram>
</mxfile>
